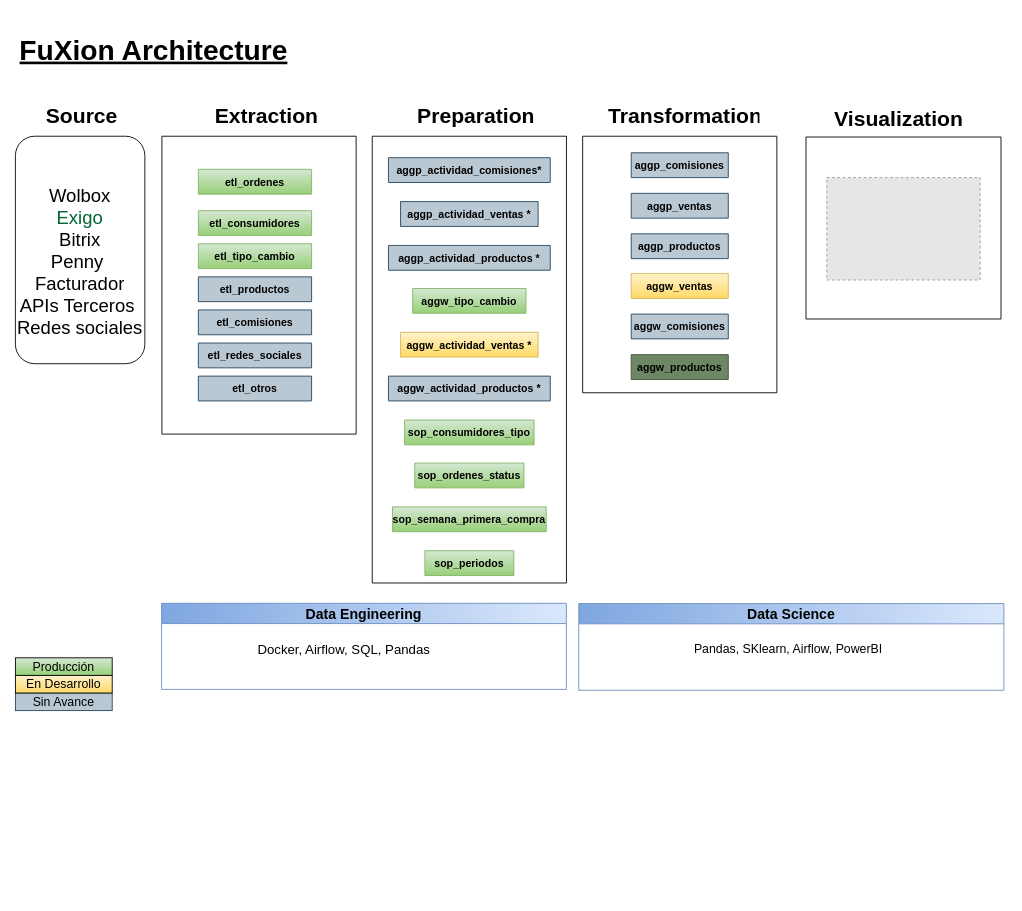
Before: page "Architecture High Level" (2 of 4) of fuXion_model.drawio in calobetoleon/fuxion_design, a draw.io diagram. Source tidied: cells renumbered, new cells numbered last; positions are measured from the earlier drawing's top-left corner, leaving out a move shared by most shapes. Both pictures are drawn from the tidied source at 88%, with x=0, y=0 at pixel (15, 24). Pictures stored in the file or linked from it are replaced by grey dashed boxes.
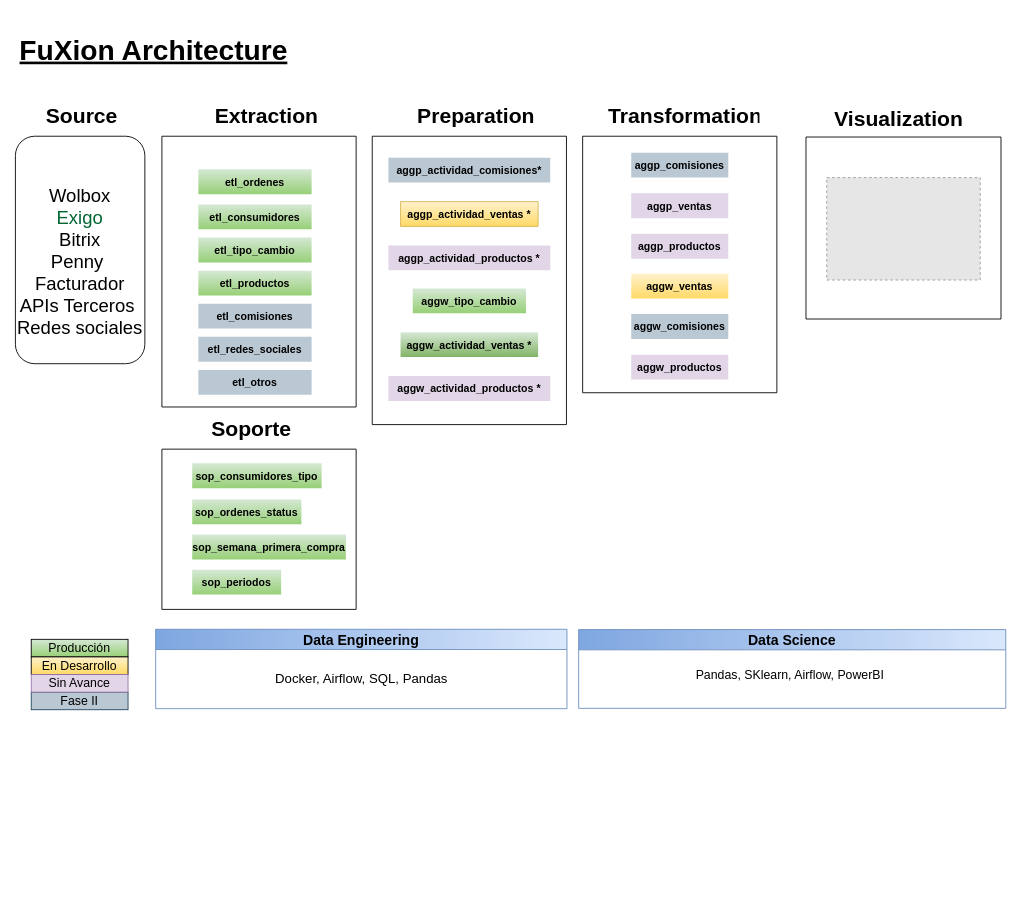
After the change.

Unchanged cells that the change refers to:
```xml
<mxCell id="35" style="swimlane;startSize=0;flipV=1;fontColor=default;" parent="6" vertex="1">
  <mxGeometry x="644.6" y="42.3" width="220.7" height="291.5" as="geometry" />
</mxCell>
```

What changed in the source:
```diff
@@
-    <mxCell id="2" style="group;rotation=0;" parent="1" vertex="1">
-      <mxGeometry y="720" width="110" height="60" as="geometry" />
-    </mxCell>
-    <mxCell id="3" value="Producción" style="text;html=1;strokeColor=#000000;fillColor=#d5e8d4;align=center;verticalAlign=middle;whiteSpace=wrap;rounded=0;fontSize=14;gradientColor=#97d077;rotation=0;" parent="2" vertex="1">
-      <mxGeometry width="110" height="20" as="geometry" />
-    </mxCell>
-    <mxCell id="4" value="Sin Avance" style="text;html=1;strokeColor=#23445d;fillColor=#bac8d3;align=center;verticalAlign=middle;whiteSpace=wrap;rounded=0;fontSize=14;rotation=0;" parent="2" vertex="1">
-      <mxGeometry y="40" width="110" height="20" as="geometry" />
-    </mxCell>
-    <mxCell id="5" value="En Desarrollo" style="text;html=1;strokeColor=#000000;fillColor=#fff2cc;align=center;verticalAlign=middle;whiteSpace=wrap;rounded=0;fontSize=14;gradientColor=#ffd966;rotation=0;" parent="2" vertex="1">
-      <mxGeometry y="20" width="110" height="20" as="geometry" />
-    </mxCell>
     <mxCell id="6" style="group;fontColor=default;" parent="1" vertex="1">
-      <mxGeometry y="85" width="1120" height="550" as="geometry" />
+      <mxGeometry y="85" width="1120" height="595.6" as="geometry" />
     </mxCell>
@@
     <mxCell id="12" style="swimlane;startSize=0;flipV=1;fontColor=default;" parent="6" vertex="1">
-      <mxGeometry x="405.5" y="42.3" width="220.7" height="507.7" as="geometry" />
+      <mxGeometry x="405.5" y="42.3" width="220.7" height="327.7" as="geometry" />
     </mxCell>
-    <mxCell id="13" value="sop_consumidores_tipo" style="shape=table;startSize=30;childLayout=tableLayout;rowLines=0;fontStyle=1;align=center;fillColor=#d5e8d4;strokeColor=#82b366;gradientColor=#97d077;fontColor=default;" parent="12" vertex="1" collapsed="1">
-      <mxGeometry x="36.8" y="322.5" width="147.1" height="28.2" as="geometry" />
-    </mxCell>
-    <mxCell id="14" value="sop_ordenes_status" style="shape=table;startSize=30;childLayout=tableLayout;rowLines=0;fontStyle=1;align=center;fillColor=#d5e8d4;strokeColor=#82b366;gradientColor=#97d077;fontColor=default;" parent="12" vertex="1" collapsed="1">
-      <mxGeometry x="48.3" y="371.4" width="124.1" height="28.2" as="geometry" />
-    </mxCell>
-    <mxCell id="15" value="sop_semana_primera_compra" style="shape=table;startSize=30;childLayout=tableLayout;rowLines=0;fontStyle=1;align=center;fillColor=#d5e8d4;strokeColor=#82b366;gradientColor=#97d077;fontColor=default;" parent="12" vertex="1" collapsed="1">
-      <mxGeometry x="23" y="421.2" width="174.7" height="28.2" as="geometry" />
-    </mxCell>
-    <mxCell id="16" value="sop_periodos" style="shape=table;startSize=30;childLayout=tableLayout;rowLines=0;fontStyle=1;align=center;fillColor=#d5e8d4;strokeColor=#82b366;gradientColor=#97d077;fontColor=default;" parent="12" vertex="1" collapsed="1">
-      <mxGeometry x="59.8" y="471" width="101.1" height="28.2" as="geometry" />
-    </mxCell>
-    <mxCell id="17" value="aggw_actividad_ventas *" style="shape=table;startSize=30;childLayout=tableLayout;rowLines=0;fontStyle=1;align=center;strokeColor=#d6b656;fillColor=#fff2cc;gradientColor=#ffd966;fontColor=default;" parent="12" vertex="1" collapsed="1">
+    <mxCell id="17" value="aggw_actividad_ventas *" style="shape=table;startSize=30;childLayout=tableLayout;rowLines=0;fontStyle=1;align=center;strokeColor=none;fillColor=#D5E8D4;fontColor=default;gradientColor=#82B366;" parent="12" vertex="1" collapsed="1">
       <mxGeometry x="32.2" y="222.8" width="156.3" height="28.2" as="geometry" />
     </mxCell>
-    <mxCell id="18" value="aggp_actividad_ventas *" style="shape=table;startSize=30;childLayout=tableLayout;rowLines=0;fontStyle=1;align=center;strokeColor=#23445d;fillColor=#bac8d3;fontColor=default;" parent="12" vertex="1" collapsed="1">
+    <mxCell id="18" value="aggp_actividad_ventas *" style="shape=table;startSize=30;childLayout=tableLayout;rowLines=0;fontStyle=1;align=center;strokeColor=#d6b656;fillColor=#fff2cc;gradientColor=#FFD966;" parent="12" vertex="1" collapsed="1">
       <mxGeometry x="32.2" y="74.3" width="156.3" height="28.2" as="geometry" />
     </mxCell>
-    <mxCell id="19" value="aggw_tipo_cambio" style="shape=table;startSize=30;childLayout=tableLayout;rowLines=0;fontStyle=1;align=center;fillColor=#d5e8d4;strokeColor=#82b366;gradientColor=#97d077;fontColor=default;" parent="12" vertex="1" collapsed="1">
+    <mxCell id="19" value="aggw_tipo_cambio" style="shape=table;startSize=30;childLayout=tableLayout;rowLines=0;fontStyle=1;align=center;fillColor=#d5e8d4;strokeColor=none;gradientColor=#97d077;fontColor=default;" parent="12" vertex="1" collapsed="1">
       <mxGeometry x="46" y="173" width="128.7" height="28.2" as="geometry" />
     </mxCell>
-    <mxCell id="20" value="aggp_actividad_comisiones*" style="shape=table;startSize=30;childLayout=tableLayout;rowLines=0;fontStyle=1;align=center;strokeColor=#23445d;fillColor=#bac8d3;fontColor=default;" parent="12" vertex="1" collapsed="1">
+    <mxCell id="20" value="aggp_actividad_comisiones*" style="shape=table;startSize=30;childLayout=tableLayout;rowLines=0;fontStyle=1;align=center;strokeColor=none;fillColor=#bac8d3;fontColor=default;" parent="12" vertex="1" collapsed="1">
       <mxGeometry x="18.4" y="24.4" width="183.9" height="28.2" as="geometry" />
     </mxCell>
-    <mxCell id="21" value="aggw_actividad_productos *" style="shape=table;startSize=30;childLayout=tableLayout;rowLines=0;fontStyle=1;align=center;strokeColor=#23445d;fillColor=#bac8d3;fontColor=default;" parent="12" vertex="1" collapsed="1">
+    <mxCell id="21" value="aggw_actividad_productos *" style="shape=table;startSize=30;childLayout=tableLayout;rowLines=0;fontStyle=1;align=center;strokeColor=none;fillColor=#e1d5e7;" parent="12" vertex="1" collapsed="1">
       <mxGeometry x="18.4" y="272.6" width="183.9" height="28.2" as="geometry" />
     </mxCell>
-    <mxCell id="22" value="aggp_actividad_productos *" style="shape=table;startSize=30;childLayout=tableLayout;rowLines=0;fontStyle=1;align=center;strokeColor=#23445d;fillColor=#bac8d3;fontColor=default;" parent="12" vertex="1" collapsed="1">
+    <mxCell id="22" value="aggp_actividad_productos *" style="shape=table;startSize=30;childLayout=tableLayout;rowLines=0;fontStyle=1;align=center;strokeColor=none;fillColor=#e1d5e7;" parent="12" vertex="1" collapsed="1">
       <mxGeometry x="18.4" y="124.1" width="183.9" height="28.2" as="geometry" />
     </mxCell>
@@
     <mxCell id="24" style="group;fontColor=default;" parent="6" vertex="1">
-      <mxGeometry x="172" width="220.7" height="380.8" as="geometry" />
+      <mxGeometry x="172" width="220.7" height="595.6" as="geometry" />
     </mxCell>
     <mxCell id="25" style="swimlane;startSize=0;flipV=1;fontColor=default;" parent="24" vertex="1">
-      <mxGeometry x="-5.5" y="42.3" width="220.7" height="338.5" as="geometry" />
+      <mxGeometry x="-5.5" y="42.3" width="220.7" height="307.7" as="geometry" />
     </mxCell>
-    <mxCell id="26" value="etl_ordenes" style="shape=table;startSize=30;childLayout=tableLayout;rowLines=0;fontStyle=1;align=center;fillColor=#d5e8d4;strokeColor=#82b366;gradientColor=#97d077;fontColor=default;" parent="25" vertex="1" collapsed="1">
+    <mxCell id="26" value="etl_ordenes" style="shape=table;startSize=30;childLayout=tableLayout;rowLines=0;fontStyle=1;align=center;fillColor=#d5e8d4;strokeColor=none;gradientColor=#97d077;fontColor=default;" parent="25" vertex="1" collapsed="1">
       <mxGeometry x="41.4" y="37.6" width="128.7" height="28.2" as="geometry" />
     </mxCell>
-    <mxCell id="27" value="etl_consumidores" style="shape=table;startSize=30;childLayout=tableLayout;rowLines=0;fontStyle=1;align=center;fillColor=#d5e8d4;strokeColor=#82b366;gradientColor=#97d077;fontColor=default;" parent="25" vertex="1" collapsed="1">
-      <mxGeometry x="41.4" y="84.6" width="128.7" height="28.2" as="geometry" />
+    <mxCell id="27" value="etl_consumidores" style="shape=table;startSize=30;childLayout=tableLayout;rowLines=0;fontStyle=1;align=center;fillColor=#d5e8d4;strokeColor=none;gradientColor=#97d077;fontColor=default;" parent="25" vertex="1" collapsed="1">
+      <mxGeometry x="41.4" y="77.6" width="128.7" height="28.2" as="geometry" />
     </mxCell>
-    <mxCell id="28" value="etl_productos" style="shape=table;startSize=30;childLayout=tableLayout;rowLines=0;fontStyle=1;align=center;fillColor=#bac8d3;strokeColor=#23445d;fontColor=default;" parent="25" vertex="1" collapsed="1">
-      <mxGeometry x="41.4" y="159.8" width="128.7" height="28.2" as="geometry" />
+    <mxCell id="28" value="etl_productos" style="shape=table;startSize=30;childLayout=tableLayout;rowLines=0;fontStyle=1;align=center;fillColor=#D5E8D4;strokeColor=none;fontColor=default;gradientColor=#97D077;" parent="25" vertex="1" collapsed="1">
+      <mxGeometry x="41.4" y="152.8" width="128.7" height="28.2" as="geometry" />
     </mxCell>
-    <mxCell id="29" value="etl_tipo_cambio" style="shape=table;startSize=30;childLayout=tableLayout;rowLines=0;fontStyle=1;align=center;fillColor=#d5e8d4;strokeColor=#82b366;gradientColor=#97d077;fontColor=default;" parent="25" vertex="1" collapsed="1">
-      <mxGeometry x="41.4" y="122.2" width="128.7" height="28.2" as="geometry" />
+    <mxCell id="29" value="etl_tipo_cambio" style="shape=table;startSize=30;childLayout=tableLayout;rowLines=0;fontStyle=1;align=center;fillColor=#d5e8d4;strokeColor=none;gradientColor=#97d077;fontColor=default;" parent="25" vertex="1" collapsed="1">
+      <mxGeometry x="41.4" y="115.2" width="128.7" height="28.2" as="geometry" />
     </mxCell>
-    <mxCell id="30" value="etl_comisiones" style="shape=table;startSize=30;childLayout=tableLayout;rowLines=0;fontStyle=1;align=center;fillColor=#bac8d3;strokeColor=#23445d;fontColor=default;" parent="25" vertex="1" collapsed="1">
-      <mxGeometry x="41.4" y="197.4" width="128.7" height="28.2" as="geometry" />
+    <mxCell id="30" value="etl_comisiones" style="shape=table;startSize=30;childLayout=tableLayout;rowLines=0;fontStyle=1;align=center;fillColor=#bac8d3;strokeColor=none;fontColor=default;" parent="25" vertex="1" collapsed="1">
+      <mxGeometry x="41.4" y="190.4" width="128.7" height="28.2" as="geometry" />
     </mxCell>
-    <mxCell id="31" value="etl_redes_sociales" style="shape=table;startSize=30;childLayout=tableLayout;rowLines=0;fontStyle=1;align=center;fillColor=#bac8d3;strokeColor=#23445d;fontColor=default;" parent="25" vertex="1" collapsed="1">
-      <mxGeometry x="41.4" y="235" width="128.7" height="28.2" as="geometry" />
+    <mxCell id="31" value="etl_redes_sociales" style="shape=table;startSize=30;childLayout=tableLayout;rowLines=0;fontStyle=1;align=center;fillColor=#bac8d3;strokeColor=none;fontColor=default;" parent="25" vertex="1" collapsed="1">
+      <mxGeometry x="41.4" y="228" width="128.7" height="28.2" as="geometry" />
     </mxCell>
-    <mxCell id="32" value="etl_otros" style="shape=table;startSize=30;childLayout=tableLayout;rowLines=0;fontStyle=1;align=center;fillColor=#bac8d3;strokeColor=#23445d;fontColor=default;" parent="25" vertex="1" collapsed="1">
-      <mxGeometry x="41.4" y="272.6" width="128.7" height="28.2" as="geometry" />
+    <mxCell id="32" value="etl_otros" style="shape=table;startSize=30;childLayout=tableLayout;rowLines=0;fontStyle=1;align=center;fillColor=#bac8d3;strokeColor=none;fontColor=default;" parent="25" vertex="1" collapsed="1">
+      <mxGeometry x="41.4" y="265.6" width="128.7" height="28.2" as="geometry" />
     </mxCell>
@@
+    <mxCell id="47" style="swimlane;startSize=0;flipV=1;fontColor=default;" parent="24" vertex="1">
+      <mxGeometry x="-5.5" y="397.9" width="220.7" height="182.1" as="geometry" />
+    </mxCell>
@@
-    <mxCell id="36" value="aggp_ventas" style="shape=table;startSize=30;childLayout=tableLayout;rowLines=0;fontStyle=1;align=center;fillColor=#bac8d3;strokeColor=#23445d;fontColor=default;" parent="35" vertex="1" collapsed="1">
+    <mxCell id="36" value="aggp_ventas" style="shape=table;startSize=30;childLayout=tableLayout;rowLines=0;fontStyle=1;align=center;fillColor=#e1d5e7;strokeColor=none;" parent="35" vertex="1" collapsed="1">
       <mxGeometry x="55.2" y="64.9" width="110.3" height="28.2" as="geometry" />
     </mxCell>
-    <mxCell id="37" value="aggw_ventas" style="shape=table;startSize=30;childLayout=tableLayout;rowLines=0;fontStyle=1;align=center;fillColor=#fff2cc;strokeColor=#d6b656;gradientColor=#ffd966;fontColor=default;" parent="35" vertex="1" collapsed="1">
+    <mxCell id="37" value="aggw_ventas" style="shape=table;startSize=30;childLayout=tableLayout;rowLines=0;fontStyle=1;align=center;fillColor=#fff2cc;strokeColor=none;gradientColor=#ffd966;fontColor=default;" parent="35" vertex="1" collapsed="1">
       <mxGeometry x="55.2" y="156.1" width="110.3" height="28.2" as="geometry" />
     </mxCell>
-    <mxCell id="38" value="aggp_productos" style="shape=table;startSize=30;childLayout=tableLayout;rowLines=0;fontStyle=1;align=center;fillColor=#bac8d3;strokeColor=#23445d;fontColor=default;" parent="35" vertex="1" collapsed="1">
+    <mxCell id="38" value="aggp_productos" style="shape=table;startSize=30;childLayout=tableLayout;rowLines=0;fontStyle=1;align=center;fillColor=#e1d5e7;strokeColor=none;" parent="35" vertex="1" collapsed="1">
       <mxGeometry x="55.2" y="110.9" width="110.3" height="28.2" as="geometry" />
     </mxCell>
-    <mxCell id="39" value="aggp_comisiones" style="shape=table;startSize=30;childLayout=tableLayout;rowLines=0;fontStyle=1;align=center;fillColor=#bac8d3;strokeColor=#23445d;fontColor=default;" parent="35" vertex="1" collapsed="1">
+    <mxCell id="39" value="aggp_comisiones" style="shape=table;startSize=30;childLayout=tableLayout;rowLines=0;fontStyle=1;align=center;fillColor=#bac8d3;strokeColor=none;fontColor=default;" parent="35" vertex="1" collapsed="1">
       <mxGeometry x="55.2" y="18.8" width="110.3" height="28.2" as="geometry" />
     </mxCell>
-    <mxCell id="40" value="aggw_comisiones" style="shape=table;startSize=30;childLayout=tableLayout;rowLines=0;fontStyle=1;align=center;fillColor=#bac8d3;strokeColor=#23445d;fontColor=default;" parent="35" vertex="1" collapsed="1">
+    <mxCell id="40" value="aggw_comisiones" style="shape=table;startSize=30;childLayout=tableLayout;rowLines=0;fontStyle=1;align=center;fillColor=#bac8d3;strokeColor=none;fontColor=default;" parent="35" vertex="1" collapsed="1">
       <mxGeometry x="55.2" y="202.1" width="110.3" height="28.2" as="geometry" />
     </mxCell>
-    <mxCell id="41" value="aggw_productos" style="shape=table;startSize=30;childLayout=tableLayout;rowLines=0;fontStyle=1;align=center;fillColor=#6d8764;strokeColor=#3A5431;fontColor=default;" parent="35" vertex="1" collapsed="1">
+    <mxCell id="41" value="aggw_productos" style="shape=table;startSize=30;childLayout=tableLayout;rowLines=0;fontStyle=1;align=center;fillColor=#e1d5e7;strokeColor=none;" parent="35" vertex="1" collapsed="1">
       <mxGeometry x="55.2" y="248.2" width="110.3" height="28.2" as="geometry" />
     </mxCell>
@@
     <mxCell id="43" value="Data Engineering" style="swimlane;horizontal=0;align=center;gradientColor=#7ea6e0;fillColor=#dae8fc;strokeColor=#6c8ebf;fontSize=16;rotation=90;fontColor=default;" parent="1" vertex="1">
-      <mxGeometry x="347.2" y="477" width="97.8" height="460" as="geometry" />
+      <mxGeometry x="348" y="499" width="90.2" height="467.4" as="geometry" />
     </mxCell>
     <mxCell id="44" value="&lt;font style=&quot;font-size: 15px&quot;&gt;Docker, Airflow, SQL, Pandas&lt;/font&gt;" style="text;html=1;align=center;verticalAlign=middle;strokeColor=none;fillColor=none;rotation=360;fontColor=default;" parent="43" vertex="1">
-      <mxGeometry x="-79.2" y="223" width="210" height="20" as="geometry" />
+      <mxGeometry x="-59.9" y="234" width="210" height="20" as="geometry" />
     </mxCell>
     <mxCell id="45" value="Data Science" style="swimlane;horizontal=0;align=center;gradientColor=#7ea6e0;fillColor=#dae8fc;strokeColor=#6c8ebf;fontSize=16;rotation=90;fontColor=default;" parent="1" vertex="1">
-      <mxGeometry x="832.5" y="466.1" width="98.5" height="483.1" as="geometry" />
+      <mxGeometry x="838" y="490" width="89.5" height="485.4" as="geometry" />
     </mxCell>
     <mxCell id="46" value="Pandas, SKlearn, Airflow, PowerBI" style="text;html=1;align=center;verticalAlign=middle;strokeColor=none;fillColor=none;fontSize=14;rotation=360;fontColor=default;" parent="45" vertex="1">
-      <mxGeometry x="-70" y="234" width="230" height="20" as="geometry" />
+      <mxGeometry x="-73" y="240" width="230" height="20" as="geometry" />
     </mxCell>
+    <mxCell id="3" value="Producción" style="text;html=1;strokeColor=#000000;fillColor=#d5e8d4;align=center;verticalAlign=middle;whiteSpace=wrap;rounded=0;fontSize=14;gradientColor=#97d077;rotation=0;" parent="1" vertex="1">
+      <mxGeometry x="18" y="699" width="110" height="20" as="geometry" />
+    </mxCell>
+    <mxCell id="4" value="Fase II" style="text;html=1;strokeColor=#23445d;fillColor=#bac8d3;align=center;verticalAlign=middle;whiteSpace=wrap;rounded=0;fontSize=14;rotation=0;" parent="1" vertex="1">
+      <mxGeometry x="18" y="759" width="110" height="20" as="geometry" />
+    </mxCell>
+    <mxCell id="5" value="En Desarrollo" style="text;html=1;strokeColor=#000000;fillColor=#fff2cc;align=center;verticalAlign=middle;whiteSpace=wrap;rounded=0;fontSize=14;gradientColor=#ffd966;rotation=0;" parent="1" vertex="1">
+      <mxGeometry x="18" y="719" width="110" height="20" as="geometry" />
+    </mxCell>
+    <mxCell id="48" value="Sin Avance" style="text;html=1;strokeColor=#9673a6;fillColor=#e1d5e7;align=center;verticalAlign=middle;whiteSpace=wrap;rounded=0;fontSize=14;rotation=0;" parent="1" vertex="1">
+      <mxGeometry x="18" y="739" width="110" height="20" as="geometry" />
+    </mxCell>
+    <mxCell id="49" style="group;fontColor=default;" parent="1" vertex="1">
+      <mxGeometry x="168" y="441" width="220.7" height="550" as="geometry" />
+    </mxCell>
+    <mxCell id="50" value="&lt;h1&gt;Soporte&lt;/h1&gt;" style="text;html=1;strokeColor=none;fillColor=none;spacing=5;spacingTop=-20;whiteSpace=wrap;overflow=hidden;rounded=0;fontColor=default;" parent="49" vertex="1">
+      <mxGeometry x="49.7" width="130.3" height="32.9" as="geometry" />
+    </mxCell>
+    <mxCell id="13" value="sop_consumidores_tipo" style="shape=table;startSize=30;childLayout=tableLayout;rowLines=0;fontStyle=1;align=center;fillColor=#d5e8d4;strokeColor=none;gradientColor=#97d077;fontColor=default;" parent="49" vertex="1" collapsed="1">
+      <mxGeometry x="32.9" y="58" width="147.1" height="28.2" as="geometry" />
+    </mxCell>
+    <mxCell id="14" value="sop_ordenes_status" style="shape=table;startSize=30;childLayout=tableLayout;rowLines=0;fontStyle=1;align=center;fillColor=#d5e8d4;strokeColor=none;gradientColor=#97d077;fontColor=default;" parent="49" vertex="1" collapsed="1">
+      <mxGeometry x="32.9" y="99" width="124.1" height="28.2" as="geometry" />
+    </mxCell>
+    <mxCell id="15" value="sop_semana_primera_compra" style="shape=table;startSize=30;childLayout=tableLayout;rowLines=0;fontStyle=1;align=center;fillColor=#d5e8d4;strokeColor=none;gradientColor=#97d077;fontColor=default;" parent="49" vertex="1" collapsed="1">
+      <mxGeometry x="32.9" y="139" width="174.7" height="28.2" as="geometry" />
+    </mxCell>
+    <mxCell id="16" value="sop_periodos" style="shape=table;startSize=30;childLayout=tableLayout;rowLines=0;fontStyle=1;align=center;fillColor=#d5e8d4;strokeColor=none;gradientColor=#97d077;fontColor=default;" parent="49" vertex="1" collapsed="1">
+      <mxGeometry x="32.9" y="179" width="101.1" height="28.2" as="geometry" />
+    </mxCell>
```
